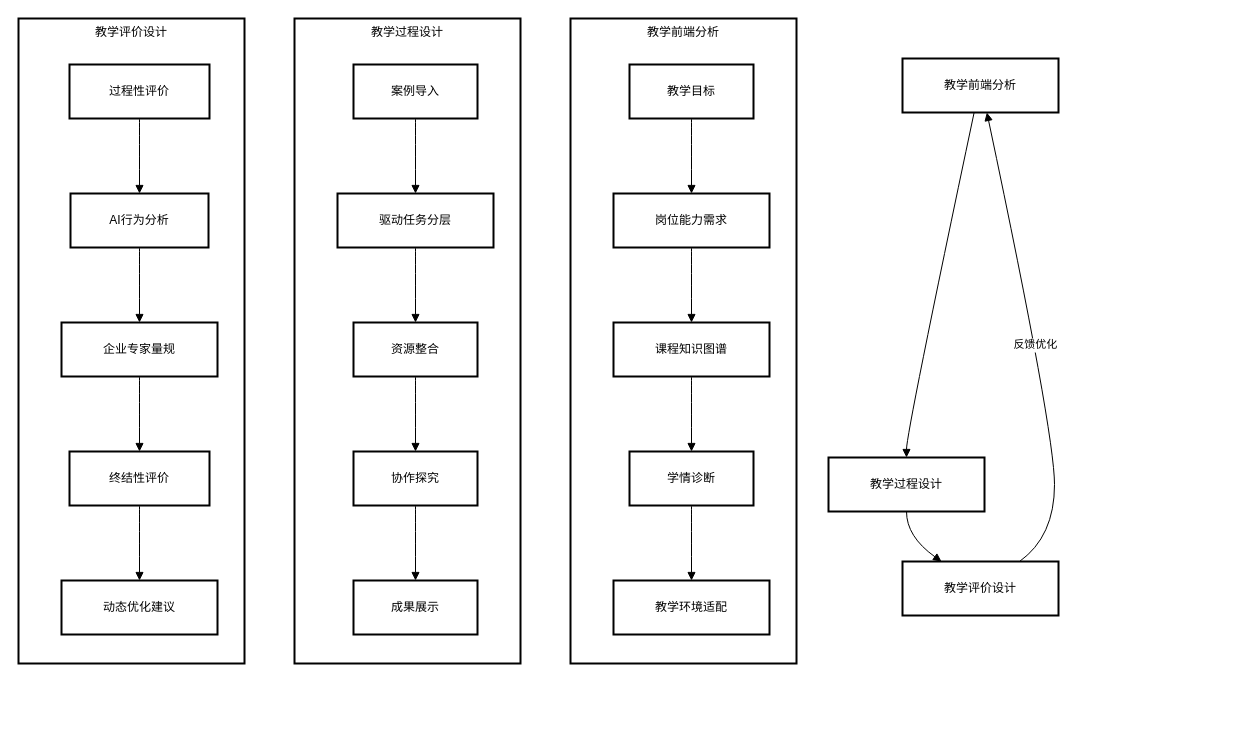
hellotina123/c keeps this draw.io diagram as 多元驱动整体框架.drawio. Above is the earlier version. Source tidied: cells renumbered, new cells numbered last; positions are measured from the earlier drawing's top-left corner, leaving out a move shared by most shapes. Both pictures are drawn from the tidied source at 100%, with x=0, y=0 at pixel (18, 18).
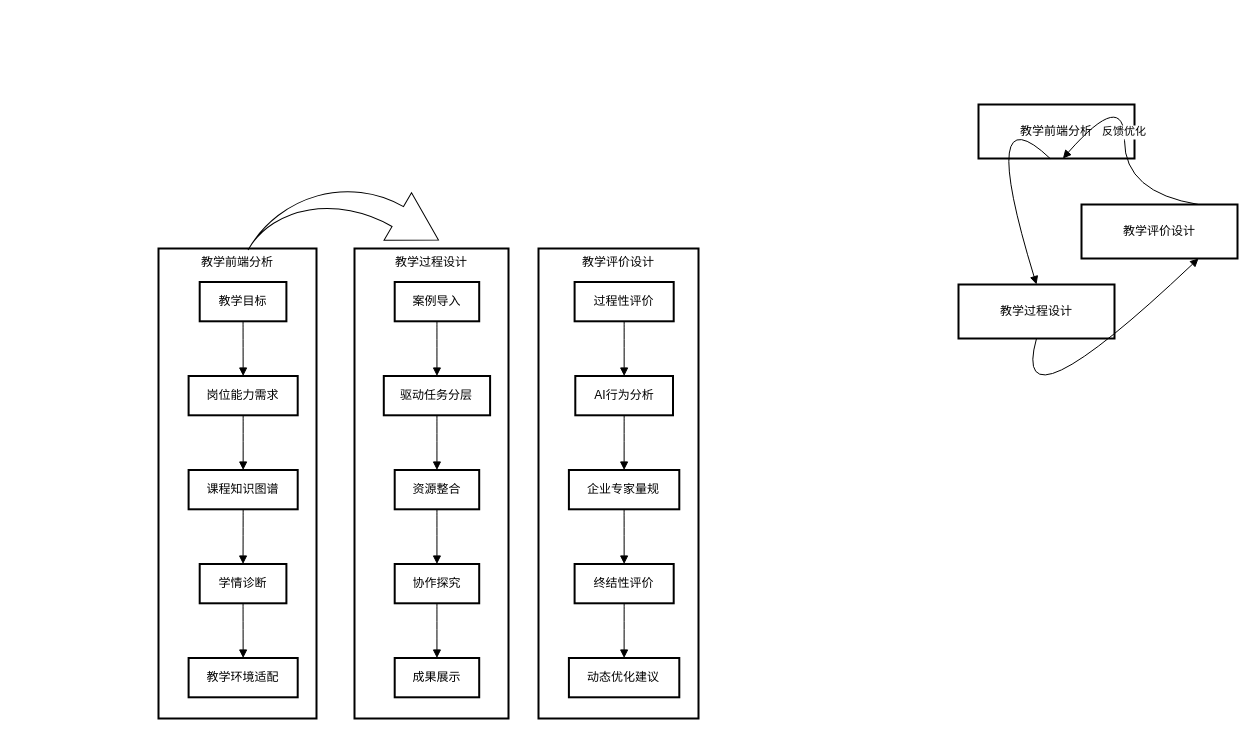
Above is the later version.

Commit message (it also covers changes not shown here):
更新多元驱动整体框架.drawio

Change to the diagram source:
```diff
@@
     <mxCell id="2" value="教学评价设计" style="whiteSpace=wrap;strokeWidth=2;verticalAlign=top;" parent="1" vertex="1">
-      <mxGeometry width="226" height="645" as="geometry" />
+      <mxGeometry x="520" y="230" width="160" height="470" as="geometry" />
     </mxCell>
     <mxCell id="3" value="过程性评价" style="whiteSpace=wrap;strokeWidth=2;" parent="2" vertex="1">
-      <mxGeometry x="51" y="46" width="140" height="54" as="geometry" />
+      <mxGeometry x="36.1" y="33.5" width="99.1" height="39.3" as="geometry" />
     </mxCell>
     <mxCell id="4" value="AI行为分析" style="whiteSpace=wrap;strokeWidth=2;" parent="2" vertex="1">
-      <mxGeometry x="52" y="175" width="138" height="54" as="geometry" />
+      <mxGeometry x="36.8" y="127.5" width="97.7" height="39.3" as="geometry" />
     </mxCell>
     <mxCell id="5" value="企业专家量规" style="whiteSpace=wrap;strokeWidth=2;" parent="2" vertex="1">
-      <mxGeometry x="43" y="304" width="156" height="54" as="geometry" />
+      <mxGeometry x="30.4" y="221.5" width="110.4" height="39.3" as="geometry" />
     </mxCell>
     <mxCell id="6" value="终结性评价" style="whiteSpace=wrap;strokeWidth=2;" parent="2" vertex="1">
-      <mxGeometry x="51" y="433" width="140" height="54" as="geometry" />
+      <mxGeometry x="36.1" y="315.5" width="99.1" height="39.3" as="geometry" />
     </mxCell>
     <mxCell id="7" value="动态优化建议" style="whiteSpace=wrap;strokeWidth=2;" parent="2" vertex="1">
-      <mxGeometry x="43" y="562" width="156" height="54" as="geometry" />
+      <mxGeometry x="30.4" y="409.5" width="110.4" height="39.3" as="geometry" />
     </mxCell>
@@
     <mxCell id="12" value="教学过程设计" style="whiteSpace=wrap;strokeWidth=2;verticalAlign=top;" parent="1" vertex="1">
-      <mxGeometry x="276" width="226" height="645" as="geometry" />
+      <mxGeometry x="336" y="230" width="154" height="470" as="geometry" />
     </mxCell>
     <mxCell id="13" value="案例导入" style="whiteSpace=wrap;strokeWidth=2;" parent="12" vertex="1">
-      <mxGeometry x="59" y="46" width="124" height="54" as="geometry" />
+      <mxGeometry x="40.2" y="33.5" width="84.5" height="39.3" as="geometry" />
     </mxCell>
     <mxCell id="14" value="驱动任务分层" style="whiteSpace=wrap;strokeWidth=2;" parent="12" vertex="1">
-      <mxGeometry x="43" y="175" width="156" height="54" as="geometry" />
+      <mxGeometry x="29.3" y="127.5" width="106.3" height="39.3" as="geometry" />
     </mxCell>
     <mxCell id="15" value="资源整合" style="whiteSpace=wrap;strokeWidth=2;" parent="12" vertex="1">
-      <mxGeometry x="59" y="304" width="124" height="54" as="geometry" />
+      <mxGeometry x="40.2" y="221.5" width="84.5" height="39.3" as="geometry" />
     </mxCell>
     <mxCell id="16" value="协作探究" style="whiteSpace=wrap;strokeWidth=2;" parent="12" vertex="1">
-      <mxGeometry x="59" y="433" width="124" height="54" as="geometry" />
+      <mxGeometry x="40.2" y="315.5" width="84.5" height="39.3" as="geometry" />
     </mxCell>
     <mxCell id="17" value="成果展示" style="whiteSpace=wrap;strokeWidth=2;" parent="12" vertex="1">
-      <mxGeometry x="59" y="562" width="124" height="54" as="geometry" />
+      <mxGeometry x="40.2" y="409.5" width="84.5" height="39.3" as="geometry" />
     </mxCell>
@@
     <mxCell id="22" value="教学前端分析" style="whiteSpace=wrap;strokeWidth=2;verticalAlign=top;" parent="1" vertex="1">
-      <mxGeometry x="552" width="226" height="645" as="geometry" />
+      <mxGeometry x="140" y="230" width="158" height="470" as="geometry" />
     </mxCell>
     <mxCell id="23" value="教学目标" style="whiteSpace=wrap;strokeWidth=2;" parent="22" vertex="1">
-      <mxGeometry x="59" y="46" width="124" height="54" as="geometry" />
+      <mxGeometry x="41.2" y="33.5" width="86.7" height="39.3" as="geometry" />
     </mxCell>
     <mxCell id="24" value="岗位能力需求" style="whiteSpace=wrap;strokeWidth=2;" parent="22" vertex="1">
-      <mxGeometry x="43" y="175" width="156" height="54" as="geometry" />
+      <mxGeometry x="30.1" y="127.5" width="109.1" height="39.3" as="geometry" />
     </mxCell>
     <mxCell id="25" value="课程知识图谱" style="whiteSpace=wrap;strokeWidth=2;" parent="22" vertex="1">
-      <mxGeometry x="43" y="304" width="156" height="54" as="geometry" />
+      <mxGeometry x="30.1" y="221.5" width="109.1" height="39.3" as="geometry" />
     </mxCell>
     <mxCell id="26" value="学情诊断" style="whiteSpace=wrap;strokeWidth=2;" parent="22" vertex="1">
-      <mxGeometry x="59" y="433" width="124" height="54" as="geometry" />
+      <mxGeometry x="41.2" y="315.5" width="86.7" height="39.3" as="geometry" />
     </mxCell>
     <mxCell id="27" value="教学环境适配" style="whiteSpace=wrap;strokeWidth=2;" parent="22" vertex="1">
-      <mxGeometry x="43" y="562" width="156" height="54" as="geometry" />
+      <mxGeometry x="30.1" y="409.5" width="109.1" height="39.3" as="geometry" />
     </mxCell>
@@
     <mxCell id="32" value="教学前端分析" style="whiteSpace=wrap;strokeWidth=2;" parent="1" vertex="1">
-      <mxGeometry x="884" y="40" width="156" height="54" as="geometry" />
+      <mxGeometry x="960" y="86" width="156" height="54" as="geometry" />
     </mxCell>
     <mxCell id="33" value="教学过程设计" style="whiteSpace=wrap;strokeWidth=2;" parent="1" vertex="1">
-      <mxGeometry x="810" y="439" width="156" height="54" as="geometry" />
+      <mxGeometry x="940" y="266" width="156" height="54" as="geometry" />
     </mxCell>
     <mxCell id="34" value="教学评价设计" style="whiteSpace=wrap;strokeWidth=2;" parent="1" vertex="1">
-      <mxGeometry x="884" y="543" width="156" height="54" as="geometry" />
+      <mxGeometry x="1063" y="186" width="156" height="54" as="geometry" />
     </mxCell>
     <mxCell id="35" style="curved=1;startArrow=none;endArrow=block;exitX=0.46;exitY=0.99;entryX=0.5;entryY=0;rounded=0;" parent="1" edge="1" source="32" target="33">
       <mxGeometry relative="1" as="geometry">
         <Array as="points">
-          <mxPoint x="888" y="414" />
+          <mxPoint x="958" y="70" />
         </Array>
       </mxGeometry>
     </mxCell>
-    <mxCell id="36" style="curved=1;startArrow=none;endArrow=block;exitX=0.5;exitY=1;entryX=0.25;entryY=0;rounded=0;" parent="1" edge="1" source="33" target="34">
+    <mxCell id="36" style="curved=1;startArrow=none;endArrow=block;exitX=0.5;exitY=1;entryX=0.75;entryY=1;rounded=0;entryDx=0;entryDy=0;" parent="1" edge="1" source="33" target="34">
       <mxGeometry relative="1" as="geometry">
         <Array as="points">
-          <mxPoint x="888" y="518" />
+          <mxPoint x="990" y="420" />
         </Array>
       </mxGeometry>
     </mxCell>
     <mxCell id="37" value="反馈优化" style="curved=1;startArrow=none;endArrow=block;exitX=0.75;exitY=0;entryX=0.54;entryY=0.99;rounded=0;" parent="1" edge="1" source="34" target="32">
       <mxGeometry relative="1" as="geometry">
         <Array as="points">
-          <mxPoint x="1036" y="518" />
-          <mxPoint x="1036" y="414" />
+          <mxPoint x="1106" y="174" />
+          <mxPoint x="1106" y="70" />
         </Array>
       </mxGeometry>
     </mxCell>
+    <mxCell id="38" style="curved=1;startArrow=none;endArrow=block;exitX=0.5;exitY=1;entryX=0.2;entryY=0;rounded=0;" parent="1" edge="1">
+      <mxGeometry relative="1" as="geometry">
+        <mxPoint x="447.2" y="1240" as="targetPoint" />
+        <Array as="points">
+          <mxPoint x="193" y="1878" />
+        </Array>
+      </mxGeometry>
+    </mxCell>
+    <mxCell id="39" style="html=1;shadow=0;dashed=0;align=center;verticalAlign=middle;shape=mxgraph.arrows2.jumpInArrow;dy=11.45;dx=46.97;arrowHead=55;rotation=30;" parent="1" vertex="1">
+      <mxGeometry x="251.6" y="148.9" width="160" height="131.3" as="geometry" />
+    </mxCell>
```
